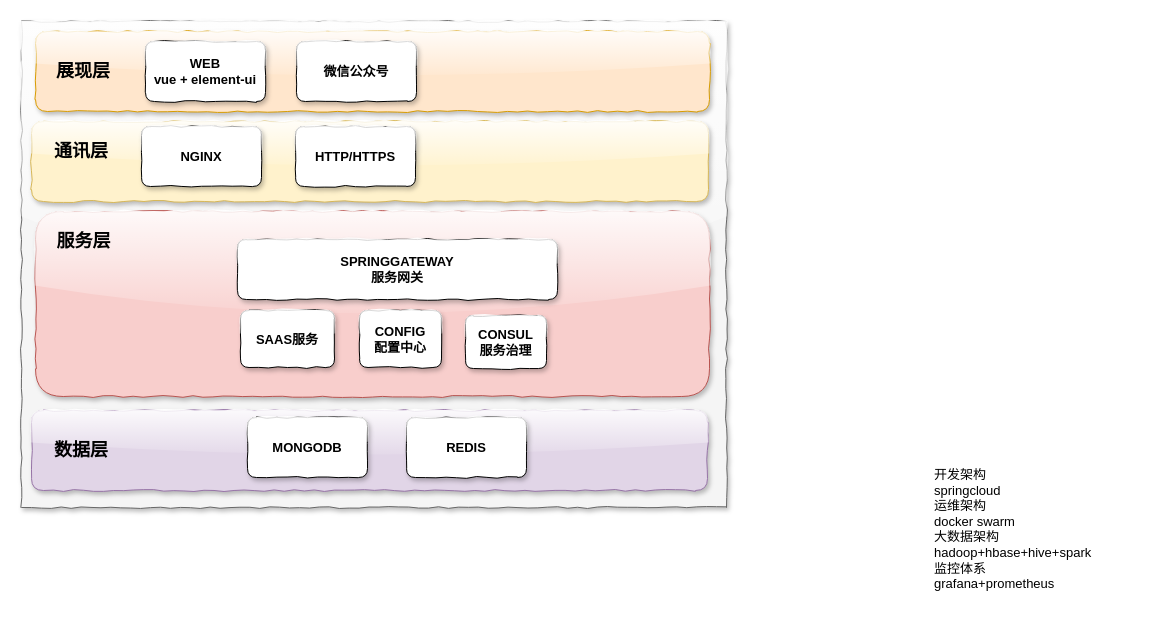
Earlier version of the draw.io diagram zxj_tech_saas.drawio (jimmy0/chart). Source tidied: cells renumbered, new cells numbered last; positions are measured from the earlier drawing's top-left corner, leaving out a move shared by most shapes. Both pictures are drawn from the tidied source at 100%, with x=0, y=0 at pixel (21, 21).
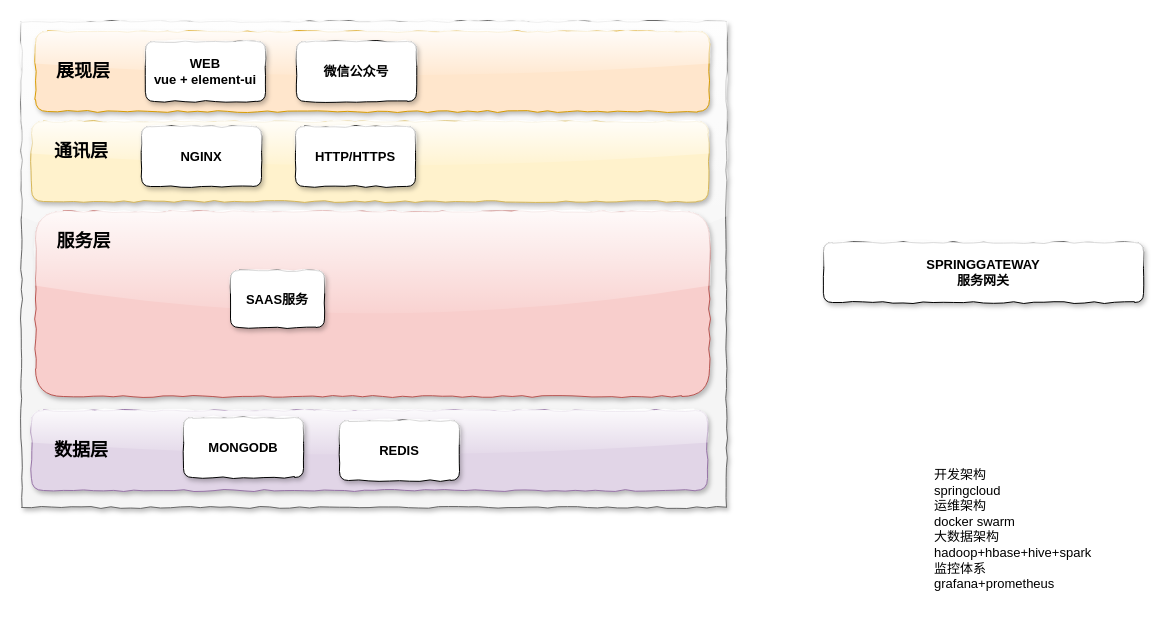
After the change.

What changed in the source:
```diff
@@
     <mxCell id="11" value="SPRINGGATEWAY&lt;br style=&quot;font-size: 13px;&quot;&gt;服务网关" style="rounded=1;whiteSpace=wrap;html=1;comic=1;shadow=1;glass=1;fontSize=13;fontStyle=1;" parent="1" vertex="1">
-      <mxGeometry x="216" y="218" width="320" height="60" as="geometry" />
+      <mxGeometry x="802" y="221" width="320" height="60" as="geometry" />
     </mxCell>
@@
     <mxCell id="14" value="MONGODB" style="rounded=1;whiteSpace=wrap;html=1;shadow=1;comic=1;glass=1;fontSize=13;fontStyle=1;" parent="1" vertex="1">
-      <mxGeometry x="226" y="396" width="120" height="60" as="geometry" />
+      <mxGeometry x="162" y="396" width="120" height="60" as="geometry" />
     </mxCell>
@@
-    <mxCell id="16" value="CONSUL&lt;br style=&quot;font-size: 13px;&quot;&gt;服务治理" style="rounded=1;whiteSpace=wrap;html=1;comic=1;shadow=1;glass=1;fontSize=13;fontStyle=1;" parent="1" vertex="1">
-      <mxGeometry x="444" y="294" width="81" height="53" as="geometry" />
-    </mxCell>
-    <mxCell id="17" value="CONFIG&lt;br style=&quot;font-size: 13px;&quot;&gt;配置中心&lt;br style=&quot;font-size: 13px;&quot;&gt;" style="rounded=1;whiteSpace=wrap;html=1;comic=1;shadow=1;glass=1;fontSize=13;fontStyle=1;" parent="1" vertex="1">
-      <mxGeometry x="338" y="289" width="82" height="57" as="geometry" />
-    </mxCell>
@@
     <mxCell id="19" value="SAAS服务" style="rounded=1;whiteSpace=wrap;html=1;comic=1;shadow=1;glass=1;fontSize=13;fontStyle=1;" parent="1" vertex="1">
-      <mxGeometry x="219" y="289" width="94" height="57" as="geometry" />
+      <mxGeometry x="209" y="249" width="94" height="57" as="geometry" />
     </mxCell>
@@
     <mxCell id="21" value="REDIS" style="rounded=1;whiteSpace=wrap;html=1;shadow=1;comic=1;glass=1;fontSize=13;fontStyle=1;" parent="1" vertex="1">
-      <mxGeometry x="385" y="396" width="120" height="60" as="geometry" />
+      <mxGeometry x="318" y="399" width="120" height="60" as="geometry" />
     </mxCell>
```
